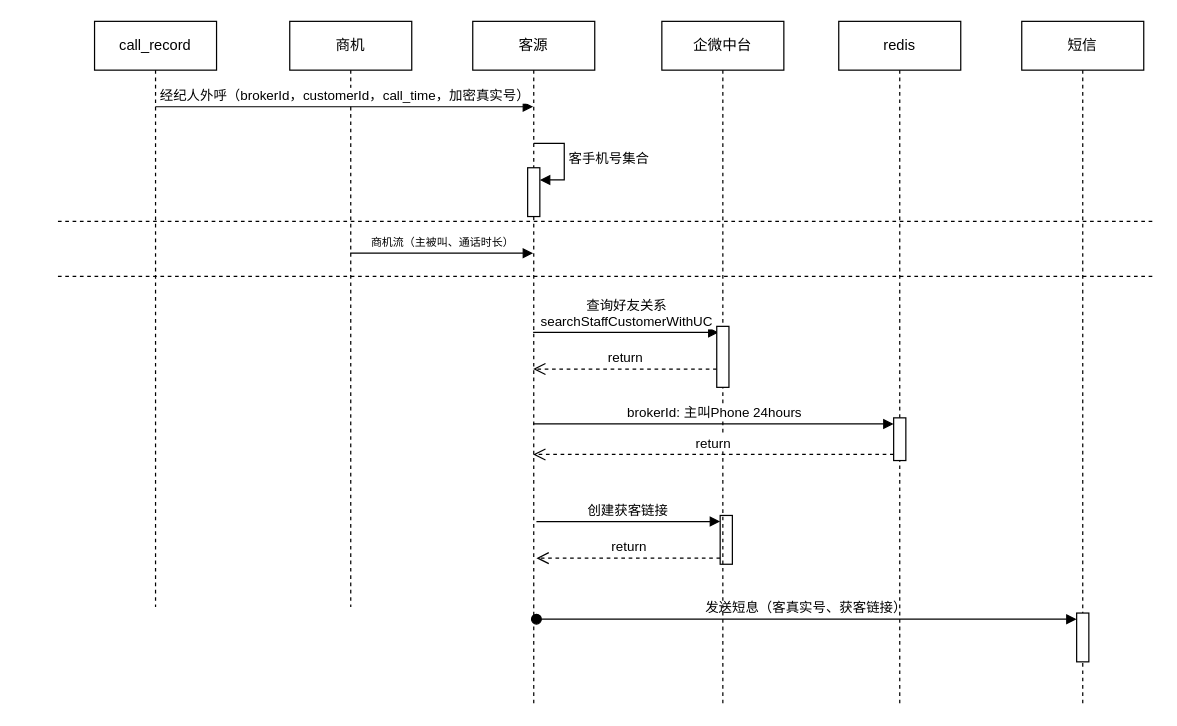
The draw.io diagram 未命名绘图.drawio in SmellyTrotter/draw.io, before the edit. Source tidied: cells renumbered, new cells numbered last; positions are measured from the earlier drawing's top-left corner, leaving out a move shared by most shapes. Both pictures are drawn from the tidied source at 122%, with x=0, y=0 at pixel (57, 21).
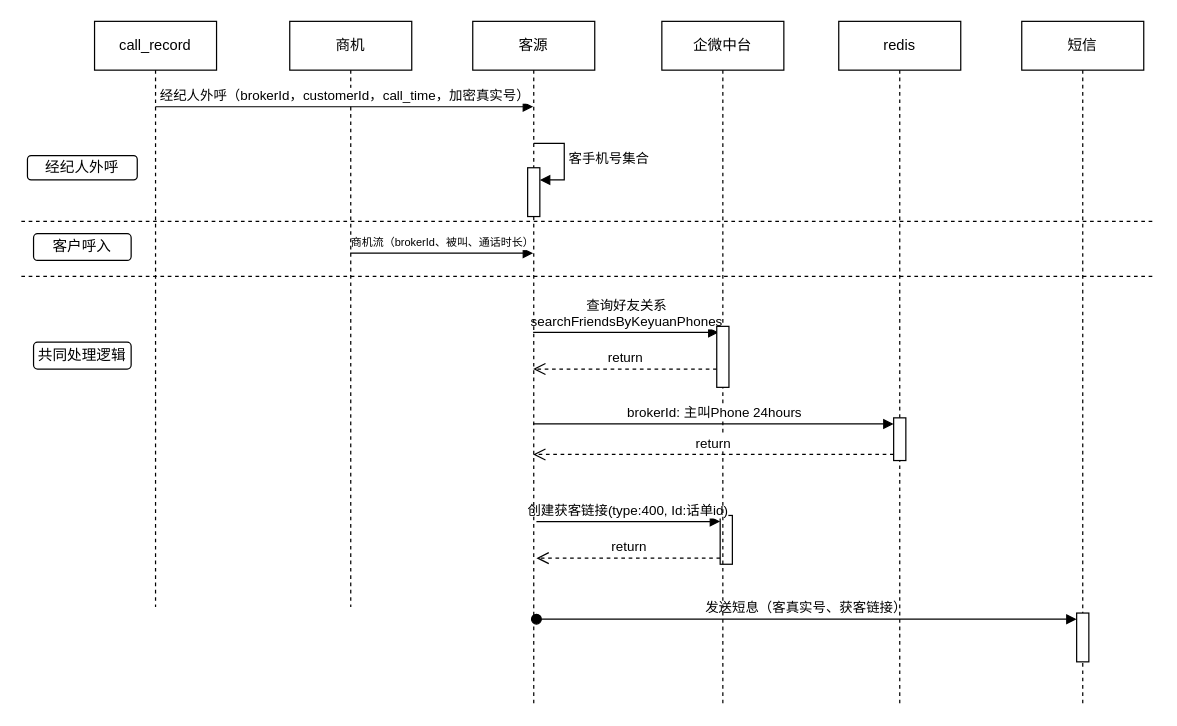
Above is the later version.

Commit message:
更新未命名绘图.drawio

Unchanged cells that the change refers to:
```xml
<mxCell id="6" style="html=1;points=[[0,0,0,0,5],[0,1,0,0,-5],[1,0,0,0,5],[1,1,0,0,-5]];perimeter=orthogonalPerimeter;outlineConnect=0;targetShapes=umlLifeline;portConstraint=eastwest;newEdgeStyle={&quot;curved&quot;:0,&quot;rounded&quot;:0};" parent="1" vertex="1">
  <mxGeometry x="542.8" y="405" width="10" height="40" as="geometry" />
</mxCell>
<mxCell id="10" value="商机" style="shape=umlLifeline;perimeter=lifelinePerimeter;whiteSpace=wrap;html=1;outlineConnect=0;portConstraint=eastwest;newEdgeStyle={&quot;edgeStyle&quot;:&quot;elbowEdgeStyle&quot;,&quot;elbow&quot;:&quot;vertical&quot;,&quot;curved&quot;:0,&quot;rounded&quot;:0};" parent="1" vertex="1">
  <mxGeometry x="190" width="100" height="480" as="geometry" />
</mxCell>
<mxCell id="11" value="客源" style="shape=umlLifeline;perimeter=lifelinePerimeter;whiteSpace=wrap;html=1;outlineConnect=0;portConstraint=eastwest;newEdgeStyle={&quot;edgeStyle&quot;:&quot;elbowEdgeStyle&quot;,&quot;elbow&quot;:&quot;vertical&quot;,&quot;curved&quot;:0,&quot;rounded&quot;:0};" parent="1" vertex="1">
  <mxGeometry x="340" width="100" height="560" as="geometry" />
</mxCell>
```

Change to the diagram source:
```diff
@@
-    <mxCell id="2" value="商机流（主被叫、通话时长）" style="html=1;verticalAlign=bottom;endArrow=block;edgeStyle=elbowEdgeStyle;elbow=horizontal;curved=0;rounded=0;fontSize=9;" parent="1" edge="1" source="10" target="11">
+    <mxCell id="2" value="商机流（brokerId、被叫、通话时长）" style="html=1;verticalAlign=bottom;endArrow=block;edgeStyle=elbowEdgeStyle;elbow=vertical;curved=0;rounded=0;fontSize=9;" parent="1" edge="1" source="10" target="11">
       <mxGeometry relative="1" as="geometry">
         <Array as="points">
           <mxPoint x="300" y="190" />
         </Array>
       </mxGeometry>
     </mxCell>
-    <mxCell id="3" value="查询好友关系&lt;div&gt;searchStaffCustomerWithUC&lt;/div&gt;" style="html=1;verticalAlign=bottom;endArrow=block;curved=0;rounded=0;" parent="1" edge="1" source="11">
+    <mxCell id="3" value="查询好友关系&lt;div&gt;searchFriendsByKeyuanPhones&lt;/div&gt;" style="html=1;verticalAlign=bottom;endArrow=block;curved=0;rounded=0;" parent="1" edge="1" source="11">
       <mxGeometry relative="1" as="geometry">
         <mxPoint x="541.5" y="255" as="targetPoint" />
       </mxGeometry>
     </mxCell>
@@
-    <mxCell id="7" value="&lt;div&gt;创建获客链接&lt;/div&gt;" style="html=1;verticalAlign=bottom;endArrow=block;curved=0;rounded=0;entryX=0;entryY=0;entryDx=0;entryDy=5;" parent="1" edge="1" target="6">
+    <mxCell id="7" value="&lt;div&gt;创建获客链接(type:400, Id:话单id)&lt;/div&gt;" style="html=1;verticalAlign=bottom;endArrow=block;curved=0;rounded=0;entryX=0;entryY=0;entryDx=0;entryDy=5;" parent="1" edge="1" target="6">
       <mxGeometry relative="1" as="geometry">
         <mxPoint x="392.2" y="410" as="sourcePoint" />
       </mxGeometry>
     </mxCell>
@@
     <mxCell id="24" style="line;strokeWidth=1;fillColor=none;align=left;verticalAlign=middle;spacingTop=-1;spacingLeft=3;spacingRight=3;labelPosition=right;strokeColor=inherit;dashed=1;" parent="1" vertex="1">
-      <mxGeometry y="205" width="900" height="8" as="geometry" />
+      <mxGeometry x="-30" y="205" width="930" height="8" as="geometry" />
     </mxCell>
     <mxCell id="25" style="line;strokeWidth=1;fillColor=none;align=left;verticalAlign=middle;spacingTop=-1;spacingLeft=3;spacingRight=3;labelPosition=right;strokeColor=inherit;dashed=1;" parent="1" vertex="1">
-      <mxGeometry y="160" width="900" height="8" as="geometry" />
+      <mxGeometry x="-30" y="160" width="930" height="8" as="geometry" />
     </mxCell>
+    <mxCell id="26" value="经纪人外呼" style="rounded=1;whiteSpace=wrap;html=1;" parent="1" vertex="1">
+      <mxGeometry x="-25" y="110" width="90" height="20" as="geometry" />
+    </mxCell>
+    <mxCell id="27" value="客户呼入" style="rounded=1;whiteSpace=wrap;html=1;" parent="1" vertex="1">
+      <mxGeometry x="-20" y="174" width="80" height="22" as="geometry" />
+    </mxCell>
+    <mxCell id="28" value="共同处理逻辑" style="rounded=1;whiteSpace=wrap;html=1;" parent="1" vertex="1">
+      <mxGeometry x="-20" y="263" width="80" height="22" as="geometry" />
+    </mxCell>
```
